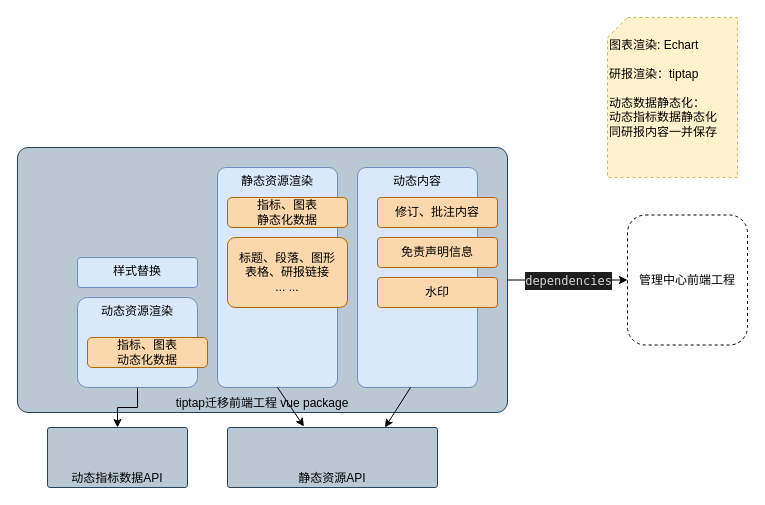
Above: tiptapRendering-VUE.drawio in lance631/notes (draw.io), before the change. Source tidied: cells renumbered, new cells numbered last; positions are measured from the earlier drawing's top-left corner, leaving out a move shared by most shapes. Both pictures are drawn from the tidied source at 100%, with x=0, y=0 at pixel (17, 17).
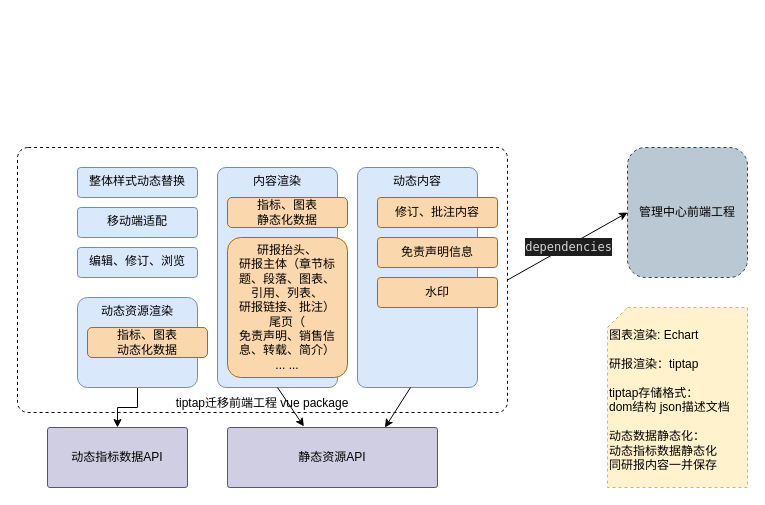
After the change.

Change to the diagram source:
```diff
@@
-    <mxCell id="2" value="tiptap迁移前端工程 vue package" style="rounded=1;whiteSpace=wrap;html=1;fillColor=#bac8d3;strokeColor=#23445d;verticalAlign=bottom;arcSize=4;" parent="1" vertex="1">
+    <mxCell id="2" value="tiptap迁移前端工程 vue package" style="rounded=1;whiteSpace=wrap;html=1;fillColor=none;verticalAlign=bottom;arcSize=4;dashed=1;" parent="1" vertex="1">
       <mxGeometry y="130" width="490" height="265" as="geometry" />
     </mxCell>
@@
-    <mxCell id="5" value="静态资源渲染" style="rounded=1;whiteSpace=wrap;html=1;fillColor=#dae8fc;strokeColor=#6c8ebf;arcSize=7;verticalAlign=top;" parent="1" vertex="1">
+    <mxCell id="5" value="内容渲染" style="rounded=1;whiteSpace=wrap;html=1;fillColor=#dae8fc;strokeColor=#6c8ebf;arcSize=7;verticalAlign=top;" parent="1" vertex="1">
       <mxGeometry x="200" y="150" width="120" height="220" as="geometry" />
     </mxCell>
-    <mxCell id="6" value="标题、段落、图形 &lt;br&gt;表格、研报链接&lt;br&gt;... ..." style="rounded=1;whiteSpace=wrap;html=1;fillColor=#fad7ac;strokeColor=#b46504;arcSize=11;" parent="1" vertex="1">
-      <mxGeometry x="210" y="220" width="120" height="70" as="geometry" />
+    <mxCell id="6" value="研报抬头、&lt;br&gt;研报主体（章节标题、段落、图表、&lt;br&gt;引用、列表、&lt;br&gt;研报链接、批注）&lt;br&gt;尾页（&lt;br&gt;免责声明、销售信息、转载、简介）&lt;br&gt;... ..." style="rounded=1;whiteSpace=wrap;html=1;fillColor=#fad7ac;strokeColor=#b46504;arcSize=11;" parent="1" vertex="1">
+      <mxGeometry x="210" y="220" width="120" height="140" as="geometry" />
     </mxCell>
-    <mxCell id="7" value="动态指标数据API" style="rounded=1;whiteSpace=wrap;html=1;fillColor=#bac8d3;strokeColor=#23445d;verticalAlign=bottom;arcSize=4;" parent="1" vertex="1">
+    <mxCell id="7" value="动态指标数据API" style="rounded=1;whiteSpace=wrap;html=1;fillColor=#d0cee2;strokeColor=#56517e;verticalAlign=middle;arcSize=4;" parent="1" vertex="1">
       <mxGeometry x="30" y="410" width="140" height="60" as="geometry" />
     </mxCell>
-    <mxCell id="8" value="静态资源API" style="rounded=1;whiteSpace=wrap;html=1;fillColor=#bac8d3;strokeColor=#23445d;verticalAlign=bottom;arcSize=4;" parent="1" vertex="1">
+    <mxCell id="8" value="静态资源API" style="rounded=1;whiteSpace=wrap;html=1;fillColor=#d0cee2;strokeColor=#56517e;verticalAlign=middle;arcSize=4;" parent="1" vertex="1">
       <mxGeometry x="210" y="410" width="210" height="60" as="geometry" />
     </mxCell>
@@
     <mxCell id="11" value="指标、图表&lt;br&gt;动态化数据" style="rounded=1;whiteSpace=wrap;html=1;fillColor=#fad7ac;strokeColor=#b46504;" parent="1" vertex="1">
-      <mxGeometry x="70" y="320" width="120" height="30" as="geometry" />
+      <mxGeometry x="70" y="310" width="120" height="30" as="geometry" />
     </mxCell>
@@
-    <mxCell id="16" value="&lt;br&gt;图表渲染: Echart&lt;br&gt;&lt;br&gt;研报渲染：tiptap&lt;br&gt;&lt;br&gt;动态数据静态化：&lt;br&gt;动态指标数据静态化&lt;br&gt;同研报内容一并保存&lt;br&gt;&lt;br&gt;" style="shape=card;whiteSpace=wrap;html=1;dashed=1;size=20;fillColor=#fff2cc;strokeColor=#d6b656;verticalAlign=top;align=left;" parent="1" vertex="1">
-      <mxGeometry x="590" width="130" height="160" as="geometry" />
+    <mxCell id="16" value="&lt;br&gt;图表渲染: Echart&lt;br&gt;&lt;br&gt;研报渲染：tiptap&lt;br&gt;&lt;br&gt;tiptap存储格式：&lt;br&gt;dom结构 json描述文档&lt;br&gt;&lt;br&gt;动态数据静态化：&lt;br&gt;动态指标数据静态化&lt;br&gt;同研报内容一并保存" style="shape=card;whiteSpace=wrap;html=1;dashed=1;size=20;fillColor=#fff2cc;strokeColor=#d6b656;verticalAlign=top;align=left;" parent="1" vertex="1">
+      <mxGeometry x="590" y="290" width="140" height="180" as="geometry" />
     </mxCell>
@@
-    <mxCell id="18" value="管理中心前端工程" style="rounded=1;whiteSpace=wrap;html=1;dashed=1;" parent="1" vertex="1">
-      <mxGeometry x="610" y="197.5" width="120" height="130" as="geometry" />
+    <mxCell id="18" value="管理中心前端工程" style="rounded=1;whiteSpace=wrap;html=1;dashed=1;fillColor=#bac8d3;strokeColor=#23445d;" parent="1" vertex="1">
+      <mxGeometry x="610" y="130" width="120" height="130" as="geometry" />
     </mxCell>
@@
-    <mxCell id="21" value="样式替换" style="rounded=1;whiteSpace=wrap;html=1;fillColor=#dae8fc;strokeColor=#6c8ebf;verticalAlign=top;arcSize=11;" parent="1" vertex="1">
-      <mxGeometry x="60" y="240" width="120" height="30" as="geometry" />
+    <mxCell id="21" value="整体样式动态替换" style="rounded=1;whiteSpace=wrap;html=1;fillColor=#dae8fc;strokeColor=#6c8ebf;verticalAlign=top;arcSize=11;" parent="1" vertex="1">
+      <mxGeometry x="60" y="150" width="120" height="30" as="geometry" />
     </mxCell>
+    <mxCell id="22" value="移动端适配" style="rounded=1;whiteSpace=wrap;html=1;fillColor=#dae8fc;strokeColor=#6c8ebf;verticalAlign=top;arcSize=11;" parent="1" vertex="1">
+      <mxGeometry x="60" y="190" width="120" height="30" as="geometry" />
+    </mxCell>
+    <mxCell id="23" value="编辑、修订、浏览" style="rounded=1;whiteSpace=wrap;html=1;fillColor=#dae8fc;strokeColor=#6c8ebf;verticalAlign=top;arcSize=11;" parent="1" vertex="1">
+      <mxGeometry x="60" y="230" width="120" height="30" as="geometry" />
+    </mxCell>
```
